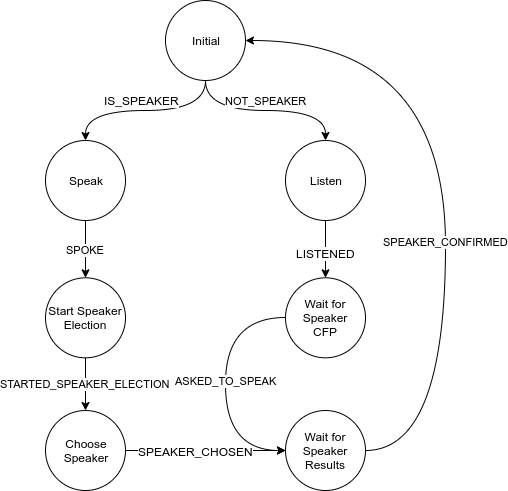
Above: Docs/report/images/conversationfsa.png in TheDuckGoesQuark/UnconventionalChess (draw.io), before the change. Source tidied: cells renumbered, new cells last; positions are measured from the earlier drawing's top-left corner, leaving out a move shared by most shapes. Its diagram source:
```xml
<mxGraphModel>
  <root>
    <mxCell id="0" />
    <mxCell id="1" parent="0" />
    <mxCell id="2" style="edgeStyle=orthogonalEdgeStyle;rounded=0;jettySize=auto;html=1;exitX=0.5;exitY=1;exitDx=0;exitDy=0;entryX=0.5;entryY=0;entryDx=0;entryDy=0;curved=1;" parent="1" edge="1" source="17" target="6">
      <mxGeometry relative="1" as="geometry">
        <Array as="points">
          <mxPoint x="160" y="110" />
          <mxPoint x="40" y="110" />
        </Array>
      </mxGeometry>
    </mxCell>
    <mxCell id="3" value="IS_SPEAKER" style="text;html=1;align=center;verticalAlign=middle;labelBackgroundColor=#ffffff;" parent="2" vertex="1">
      <mxGeometry x="-0.06" y="1" relative="1" as="geometry">
        <mxPoint x="-9.6" y="-11.1" as="offset" />
      </mxGeometry>
    </mxCell>
    <mxCell id="4" value="NOT_SPEAKER" style="edgeStyle=orthogonalEdgeStyle;curved=1;rounded=0;jettySize=auto;html=1;exitX=0.5;exitY=1;exitDx=0;exitDy=0;entryX=0.5;entryY=0;entryDx=0;entryDy=0;" parent="1" edge="1" source="17" target="14">
      <mxGeometry y="10" relative="1" as="geometry" />
    </mxCell>
    <mxCell id="5" value="SPOKE" style="edgeStyle=orthogonalEdgeStyle;curved=1;rounded=0;jettySize=auto;html=1;" parent="1" edge="1" source="6" target="8">
      <mxGeometry relative="1" as="geometry" />
    </mxCell>
    <mxCell id="6" value="Speak" style="ellipse;whiteSpace=wrap;html=1;" parent="1" vertex="1">
      <mxGeometry y="140" width="80" height="80" as="geometry" />
    </mxCell>
    <mxCell id="7" value="STARTED_SPEAKER_ELECTION" style="edgeStyle=orthogonalEdgeStyle;curved=1;rounded=0;jettySize=auto;html=1;" parent="1" edge="1" source="8" target="11">
      <mxGeometry relative="1" as="geometry" />
    </mxCell>
    <mxCell id="8" value="Start Speaker Election" style="ellipse;whiteSpace=wrap;html=1;" parent="1" vertex="1">
      <mxGeometry y="277.3" width="80" height="80" as="geometry" />
    </mxCell>
    <mxCell id="9" style="edgeStyle=orthogonalEdgeStyle;curved=1;rounded=0;jettySize=auto;html=1;entryX=0;entryY=0.5;entryDx=0;entryDy=0;exitX=1;exitY=0.5;exitDx=0;exitDy=0;" parent="1" edge="1" source="11" target="18">
      <mxGeometry relative="1" as="geometry">
        <Array as="points">
          <mxPoint x="170" y="450" />
          <mxPoint x="170" y="450" />
        </Array>
      </mxGeometry>
    </mxCell>
    <mxCell id="10" value="SPEAKER_CHOSEN" style="text;html=1;align=center;verticalAlign=middle;points=[];labelBackgroundColor=#ffffff;" parent="9" vertex="1">
      <mxGeometry x="-0.17" y="-4" relative="1" as="geometry">
        <mxPoint x="4.1" y="-3.9" as="offset" />
      </mxGeometry>
    </mxCell>
    <mxCell id="11" value="Choose&lt;br&gt;Speaker" style="ellipse;whiteSpace=wrap;html=1;" parent="1" vertex="1">
      <mxGeometry y="410" width="80" height="80" as="geometry" />
    </mxCell>
    <mxCell id="12" style="edgeStyle=orthogonalEdgeStyle;curved=1;rounded=0;jettySize=auto;html=1;" parent="1" edge="1" source="14" target="16">
      <mxGeometry relative="1" as="geometry" />
    </mxCell>
    <mxCell id="13" value="LISTENED" style="text;html=1;align=center;verticalAlign=middle;points=[];labelBackgroundColor=#ffffff;" parent="12" vertex="1">
      <mxGeometry x="0.22" y="3" relative="1" as="geometry">
        <mxPoint x="-3" y="-2.6" as="offset" />
      </mxGeometry>
    </mxCell>
    <mxCell id="14" value="Listen" style="ellipse;whiteSpace=wrap;html=1;" parent="1" vertex="1">
      <mxGeometry x="240" y="140" width="80" height="80" as="geometry" />
    </mxCell>
    <mxCell id="15" value="SPEAKER_CONFIRMED" style="edgeStyle=orthogonalEdgeStyle;curved=1;rounded=0;jettySize=auto;html=1;entryX=1;entryY=0.5;entryDx=0;entryDy=0;exitX=1;exitY=0.5;exitDx=0;exitDy=0;" parent="1" edge="1" source="18" target="17">
      <mxGeometry x="-0.16" relative="1" as="geometry">
        <Array as="points">
          <mxPoint x="400" y="450" />
          <mxPoint x="400" y="40" />
        </Array>
      </mxGeometry>
    </mxCell>
    <mxCell id="16" value="Wait for Speaker&lt;br&gt;CFP" style="ellipse;whiteSpace=wrap;html=1;" parent="1" vertex="1">
      <mxGeometry x="240" y="277.3" width="80" height="80" as="geometry" />
    </mxCell>
    <mxCell id="17" value="Initial" style="ellipse;whiteSpace=wrap;html=1;" parent="1" vertex="1">
      <mxGeometry x="120" width="80" height="80" as="geometry" />
    </mxCell>
    <mxCell id="18" value="Wait for Speaker Results" style="ellipse;whiteSpace=wrap;html=1;" parent="1" vertex="1">
      <mxGeometry x="240" y="410" width="80" height="80" as="geometry" />
    </mxCell>
    <mxCell id="19" value="ASKED_TO_SPEAK" style="edgeStyle=orthogonalEdgeStyle;curved=1;rounded=0;jettySize=auto;html=1;entryX=0;entryY=0.5;entryDx=0;entryDy=0;exitX=0;exitY=0.5;exitDx=0;exitDy=0;" parent="1" edge="1" source="16" target="18">
      <mxGeometry x="-0.03" relative="1" as="geometry">
        <Array as="points">
          <mxPoint x="180" y="317" />
          <mxPoint x="180" y="450" />
        </Array>
      </mxGeometry>
    </mxCell>
  </root>
</mxGraphModel>
```
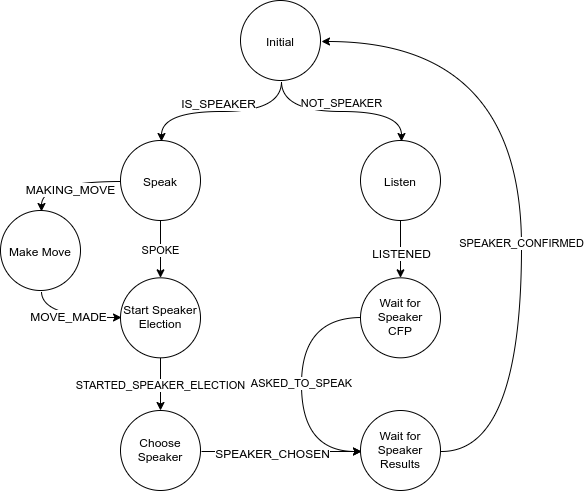
The same file after the commit.

The edit, as a diff of the source:
```diff
@@ -2,11 +2,11 @@
   <root>
     <mxCell id="0" />
     <mxCell id="1" parent="0" />
-    <mxCell id="2" style="edgeStyle=orthogonalEdgeStyle;rounded=0;jettySize=auto;html=1;exitX=0.5;exitY=1;exitDx=0;exitDy=0;entryX=0.5;entryY=0;entryDx=0;entryDy=0;curved=1;" parent="1" edge="1" source="17" target="6">
+    <mxCell id="2" style="edgeStyle=orthogonalEdgeStyle;rounded=0;jettySize=auto;html=1;exitX=0.5;exitY=1;exitDx=0;exitDy=0;entryX=0.5;entryY=0;entryDx=0;entryDy=0;curved=1;" parent="1" edge="1" source="19" target="8">
       <mxGeometry relative="1" as="geometry">
         <Array as="points">
-          <mxPoint x="160" y="110" />
-          <mxPoint x="40" y="110" />
+          <mxPoint x="160" y="247.3" />
+          <mxPoint x="40" y="247.3" />
         </Array>
       </mxGeometry>
     </mxCell>
@@ -15,72 +15,87 @@
         <mxPoint x="-9.6" y="-11.1" as="offset" />
       </mxGeometry>
     </mxCell>
-    <mxCell id="4" value="NOT_SPEAKER" style="edgeStyle=orthogonalEdgeStyle;curved=1;rounded=0;jettySize=auto;html=1;exitX=0.5;exitY=1;exitDx=0;exitDy=0;entryX=0.5;entryY=0;entryDx=0;entryDy=0;" parent="1" edge="1" source="17" target="14">
+    <mxCell id="4" value="NOT_SPEAKER" style="edgeStyle=orthogonalEdgeStyle;curved=1;rounded=0;jettySize=auto;html=1;exitX=0.5;exitY=1;exitDx=0;exitDy=0;entryX=0.5;entryY=0;entryDx=0;entryDy=0;" parent="1" edge="1" source="19" target="16">
       <mxGeometry y="10" relative="1" as="geometry" />
     </mxCell>
-    <mxCell id="5" value="SPOKE" style="edgeStyle=orthogonalEdgeStyle;curved=1;rounded=0;jettySize=auto;html=1;" parent="1" edge="1" source="6" target="8">
+    <mxCell id="5" value="SPOKE" style="edgeStyle=orthogonalEdgeStyle;curved=1;rounded=0;jettySize=auto;html=1;" parent="1" edge="1" source="8" target="10">
       <mxGeometry relative="1" as="geometry" />
     </mxCell>
-    <mxCell id="6" value="Speak" style="ellipse;whiteSpace=wrap;html=1;" parent="1" vertex="1">
-      <mxGeometry y="140" width="80" height="80" as="geometry" />
+    <mxCell id="6" style="edgeStyle=orthogonalEdgeStyle;curved=1;rounded=0;jettySize=auto;html=1;exitX=0;exitY=0.5;exitDx=0;exitDy=0;entryX=0.5;entryY=0;entryDx=0;entryDy=0;" parent="1" edge="1" source="8" target="24">
+      <mxGeometry relative="1" as="geometry" />
     </mxCell>
-    <mxCell id="7" value="STARTED_SPEAKER_ELECTION" style="edgeStyle=orthogonalEdgeStyle;curved=1;rounded=0;jettySize=auto;html=1;" parent="1" edge="1" source="8" target="11">
-      <mxGeometry relative="1" as="geometry" />
+    <mxCell id="7" value="MAKING_MOVE" style="text;html=1;align=center;verticalAlign=middle;labelBackgroundColor=#ffffff;" parent="6" vertex="1">
+      <mxGeometry x="-0.05" y="6" relative="1" as="geometry" />
     </mxCell>
-    <mxCell id="8" value="Start Speaker Election" style="ellipse;whiteSpace=wrap;html=1;" parent="1" vertex="1">
+    <mxCell id="8" value="Speak" style="ellipse;whiteSpace=wrap;html=1;" parent="1" vertex="1">
       <mxGeometry y="277.3" width="80" height="80" as="geometry" />
     </mxCell>
-    <mxCell id="9" style="edgeStyle=orthogonalEdgeStyle;curved=1;rounded=0;jettySize=auto;html=1;entryX=0;entryY=0.5;entryDx=0;entryDy=0;exitX=1;exitY=0.5;exitDx=0;exitDy=0;" parent="1" edge="1" source="11" target="18">
-      <mxGeometry relative="1" as="geometry">
-        <Array as="points">
-          <mxPoint x="170" y="450" />
-          <mxPoint x="170" y="450" />
-        </Array>
-      </mxGeometry>
+    <mxCell id="9" value="STARTED_SPEAKER_ELECTION" style="edgeStyle=orthogonalEdgeStyle;curved=1;rounded=0;jettySize=auto;html=1;" parent="1" edge="1" source="10" target="13">
+      <mxGeometry relative="1" as="geometry" />
     </mxCell>
-    <mxCell id="10" value="SPEAKER_CHOSEN" style="text;html=1;align=center;verticalAlign=middle;points=[];labelBackgroundColor=#ffffff;" parent="9" vertex="1">
-      <mxGeometry x="-0.17" y="-4" relative="1" as="geometry">
-        <mxPoint x="4.1" y="-3.9" as="offset" />
-      </mxGeometry>
+    <mxCell id="10" value="Start Speaker Election" style="ellipse;whiteSpace=wrap;html=1;" parent="1" vertex="1">
+      <mxGeometry y="414.6" width="80" height="80" as="geometry" />
     </mxCell>
-    <mxCell id="11" value="Choose&lt;br&gt;Speaker" style="ellipse;whiteSpace=wrap;html=1;" parent="1" vertex="1">
-      <mxGeometry y="410" width="80" height="80" as="geometry" />
+    <mxCell id="11" style="edgeStyle=orthogonalEdgeStyle;curved=1;rounded=0;jettySize=auto;html=1;entryX=0;entryY=0.5;entryDx=0;entryDy=0;exitX=1;exitY=0.5;exitDx=0;exitDy=0;" parent="1" edge="1" source="13" target="20">
+      <mxGeometry relative="1" as="geometry">
+        <Array as="points">
+          <mxPoint x="170" y="587.3" />
+          <mxPoint x="170" y="587.3" />
+        </Array>
+      </mxGeometry>
     </mxCell>
-    <mxCell id="12" style="edgeStyle=orthogonalEdgeStyle;curved=1;rounded=0;jettySize=auto;html=1;" parent="1" edge="1" source="14" target="16">
-      <mxGeometry relative="1" as="geometry" />
+    <mxCell id="12" value="SPEAKER_CHOSEN" style="text;html=1;align=center;verticalAlign=middle;labelBackgroundColor=#ffffff;" parent="11" vertex="1">
+      <mxGeometry x="-0.17" y="-4" relative="1" as="geometry">
+        <mxPoint x="4.1" y="-3.9" as="offset" />
+      </mxGeometry>
     </mxCell>
-    <mxCell id="13" value="LISTENED" style="text;html=1;align=center;verticalAlign=middle;points=[];labelBackgroundColor=#ffffff;" parent="12" vertex="1">
-      <mxGeometry x="0.22" y="3" relative="1" as="geometry">
-        <mxPoint x="-3" y="-2.6" as="offset" />
-      </mxGeometry>
+    <mxCell id="13" value="Choose&lt;br&gt;Speaker" style="ellipse;whiteSpace=wrap;html=1;" parent="1" vertex="1">
+      <mxGeometry y="547.3" width="80" height="80" as="geometry" />
     </mxCell>
-    <mxCell id="14" value="Listen" style="ellipse;whiteSpace=wrap;html=1;" parent="1" vertex="1">
-      <mxGeometry x="240" y="140" width="80" height="80" as="geometry" />
+    <mxCell id="14" style="edgeStyle=orthogonalEdgeStyle;curved=1;rounded=0;jettySize=auto;html=1;" parent="1" edge="1" source="16" target="18">
+      <mxGeometry relative="1" as="geometry" />
     </mxCell>
-    <mxCell id="15" value="SPEAKER_CONFIRMED" style="edgeStyle=orthogonalEdgeStyle;curved=1;rounded=0;jettySize=auto;html=1;entryX=1;entryY=0.5;entryDx=0;entryDy=0;exitX=1;exitY=0.5;exitDx=0;exitDy=0;" parent="1" edge="1" source="18" target="17">
-      <mxGeometry x="-0.16" relative="1" as="geometry">
-        <Array as="points">
-          <mxPoint x="400" y="450" />
-          <mxPoint x="400" y="40" />
-        </Array>
+    <mxCell id="15" value="LISTENED" style="text;html=1;align=center;verticalAlign=middle;labelBackgroundColor=#ffffff;" parent="14" vertex="1">
+      <mxGeometry x="0.22" y="3" relative="1" as="geometry">
+        <mxPoint x="-3" y="-2.6" as="offset" />
       </mxGeometry>
     </mxCell>
-    <mxCell id="16" value="Wait for Speaker&lt;br&gt;CFP" style="ellipse;whiteSpace=wrap;html=1;" parent="1" vertex="1">
+    <mxCell id="16" value="Listen" style="ellipse;whiteSpace=wrap;html=1;" parent="1" vertex="1">
       <mxGeometry x="240" y="277.3" width="80" height="80" as="geometry" />
     </mxCell>
-    <mxCell id="17" value="Initial" style="ellipse;whiteSpace=wrap;html=1;" parent="1" vertex="1">
-      <mxGeometry x="120" width="80" height="80" as="geometry" />
+    <mxCell id="17" value="SPEAKER_CONFIRMED" style="edgeStyle=orthogonalEdgeStyle;curved=1;rounded=0;jettySize=auto;html=1;entryX=1;entryY=0.5;entryDx=0;entryDy=0;exitX=1;exitY=0.5;exitDx=0;exitDy=0;" parent="1" edge="1" source="20" target="19">
+      <mxGeometry x="-0.16" relative="1" as="geometry">
+        <Array as="points">
+          <mxPoint x="400" y="587.3" />
+          <mxPoint x="400" y="177.3" />
+        </Array>
+      </mxGeometry>
     </mxCell>
-    <mxCell id="18" value="Wait for Speaker Results" style="ellipse;whiteSpace=wrap;html=1;" parent="1" vertex="1">
-      <mxGeometry x="240" y="410" width="80" height="80" as="geometry" />
+    <mxCell id="18" value="Wait for Speaker&lt;br&gt;CFP" style="ellipse;whiteSpace=wrap;html=1;" parent="1" vertex="1">
+      <mxGeometry x="240" y="414.6" width="80" height="80" as="geometry" />
     </mxCell>
-    <mxCell id="19" value="ASKED_TO_SPEAK" style="edgeStyle=orthogonalEdgeStyle;curved=1;rounded=0;jettySize=auto;html=1;entryX=0;entryY=0.5;entryDx=0;entryDy=0;exitX=0;exitY=0.5;exitDx=0;exitDy=0;" parent="1" edge="1" source="16" target="18">
-      <mxGeometry x="-0.03" relative="1" as="geometry">
-        <Array as="points">
-          <mxPoint x="180" y="317" />
-          <mxPoint x="180" y="450" />
-        </Array>
-      </mxGeometry>
+    <mxCell id="19" value="Initial" style="ellipse;whiteSpace=wrap;html=1;" parent="1" vertex="1">
+      <mxGeometry x="120" y="137.3" width="80" height="80" as="geometry" />
     </mxCell>
+    <mxCell id="20" value="Wait for Speaker Results" style="ellipse;whiteSpace=wrap;html=1;" parent="1" vertex="1">
+      <mxGeometry x="240" y="547.3" width="80" height="80" as="geometry" />
+    </mxCell>
+    <mxCell id="21" value="ASKED_TO_SPEAK" style="edgeStyle=orthogonalEdgeStyle;curved=1;rounded=0;jettySize=auto;html=1;entryX=0;entryY=0.5;entryDx=0;entryDy=0;exitX=0;exitY=0.5;exitDx=0;exitDy=0;" parent="1" edge="1" source="18" target="20">
+      <mxGeometry x="-0.03" relative="1" as="geometry">
+        <Array as="points">
+          <mxPoint x="180" y="454.3" />
+          <mxPoint x="180" y="587.3" />
+        </Array>
+      </mxGeometry>
+    </mxCell>
+    <mxCell id="22" style="edgeStyle=orthogonalEdgeStyle;curved=1;rounded=0;jettySize=auto;html=1;exitX=0.5;exitY=1;exitDx=0;exitDy=0;entryX=0;entryY=0.5;entryDx=0;entryDy=0;" parent="1" edge="1" source="24" target="10">
+      <mxGeometry relative="1" as="geometry" />
+    </mxCell>
+    <mxCell id="23" value="MOVE_MADE" style="text;html=1;align=center;verticalAlign=middle;labelBackgroundColor=#ffffff;" parent="22" vertex="1">
+      <mxGeometry x="-0.04" y="3" relative="1" as="geometry" />
+    </mxCell>
+    <mxCell id="24" value="Make Move" style="ellipse;whiteSpace=wrap;html=1;" parent="1" vertex="1">
+      <mxGeometry x="-120" y="347.3" width="80" height="80" as="geometry" />
+    </mxCell>
   </root>
 </mxGraphModel>
```
